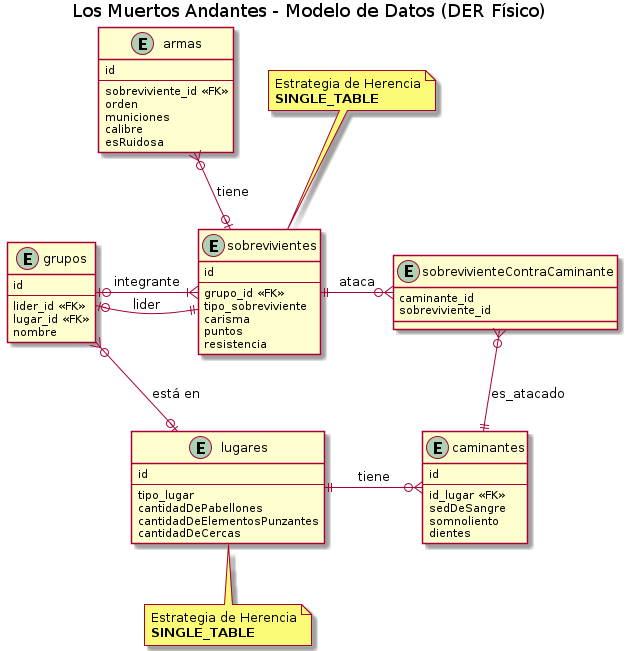
Earlier version of the PlantUML export parciales/segundo-parcial/img/parcial-muertos-andantes-2.png (manu-utn/bitacora-diseno-de-sistemas).
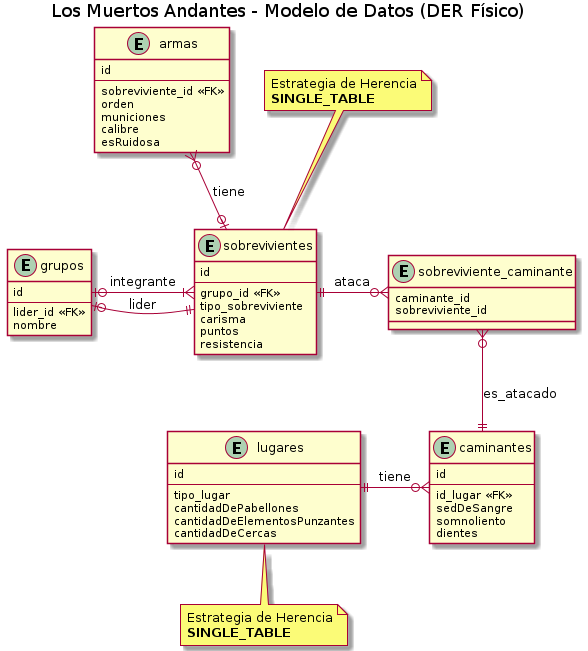
Later version of the same file.

Change to the diagram source:
```diff
@@ -19,7 +19,6 @@
     id
     --
     lider_id <<FK>>
-    lugar_id <<FK>>
     nombre
 }
 
@@ -32,7 +31,7 @@
     dientes
 }
 
-entity sobrevivienteContraCaminante{
+entity sobreviviente_caminante{
     caminante_id
     sobreviviente_id
 }
@@ -68,11 +67,9 @@
 grupos |o-right-|{ sobrevivientes : integrante
 grupos |o-right-|| sobrevivientes : lider
 
-sobrevivientes   ||-right-o{ sobrevivienteContraCaminante : ataca
-caminantes        ||-up-o{ sobrevivienteContraCaminante   : es_atacado
+sobrevivientes   ||-right-o{ sobreviviente_caminante : ataca
+caminantes        ||-up-o{ sobreviviente_caminante   : es_atacado
 
 lugares ||-right-o{ caminantes : tiene
 
-lugares |o-up-o{ grupos    : está en
-
 @enduml
```
